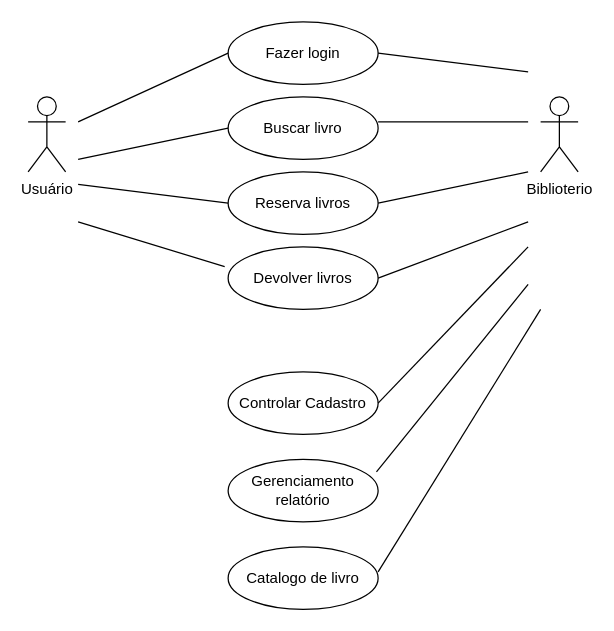
This is page "pagina4" (4 of 7) of Diagrama sem nome.drawio from helio0278/diagramasderequisitos, a draw.io file, before an edit. Source tidied: cells renumbered, new cells numbered last; positions are measured from the earlier drawing's top-left corner, leaving out a move shared by most shapes. Both pictures are drawn from the tidied source at 125%, with x=0, y=0 at pixel (28, 21).
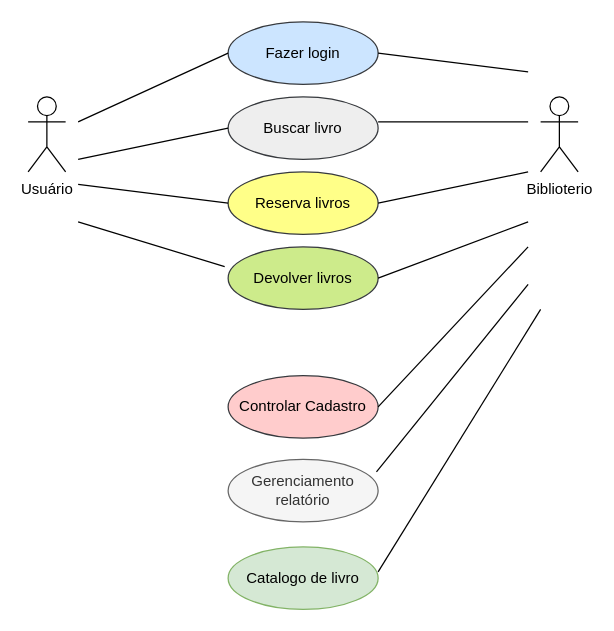
Above is the later version.

What changed in the source:
```diff
@@
-    <mxCell id="4" value="Fazer login" style="ellipse;whiteSpace=wrap;html=1;" parent="1" vertex="1">
+    <mxCell id="4" value="Fazer login" style="ellipse;whiteSpace=wrap;html=1;fillColor=#cce5ff;strokeColor=#36393d;" parent="1" vertex="1">
       <mxGeometry x="160" width="120" height="50" as="geometry" />
     </mxCell>
-    <mxCell id="5" value="Buscar livro" style="ellipse;whiteSpace=wrap;html=1;" parent="1" vertex="1">
+    <mxCell id="5" value="Buscar livro" style="ellipse;whiteSpace=wrap;html=1;fillColor=#eeeeee;strokeColor=#36393d;" parent="1" vertex="1">
       <mxGeometry x="160" y="60" width="120" height="50" as="geometry" />
     </mxCell>
-    <mxCell id="6" value="Reserva livros" style="ellipse;whiteSpace=wrap;html=1;" parent="1" vertex="1">
+    <mxCell id="6" value="Reserva livros" style="ellipse;whiteSpace=wrap;html=1;fillColor=#ffff88;strokeColor=#36393d;" parent="1" vertex="1">
       <mxGeometry x="160" y="120" width="120" height="50" as="geometry" />
     </mxCell>
-    <mxCell id="7" value="Devolver livros" style="ellipse;whiteSpace=wrap;html=1;" parent="1" vertex="1">
+    <mxCell id="7" value="Devolver livros" style="ellipse;whiteSpace=wrap;html=1;fillColor=#cdeb8b;strokeColor=#36393d;" parent="1" vertex="1">
       <mxGeometry x="160" y="180" width="120" height="50" as="geometry" />
     </mxCell>
-    <mxCell id="8" value="Controlar Cadastro" style="ellipse;whiteSpace=wrap;html=1;" parent="1" vertex="1">
-      <mxGeometry x="160" y="280" width="120" height="50" as="geometry" />
+    <mxCell id="8" value="Controlar Cadastro" style="ellipse;whiteSpace=wrap;html=1;fillColor=#ffcccc;strokeColor=#36393d;" parent="1" vertex="1">
+      <mxGeometry x="160" y="283" width="120" height="50" as="geometry" />
     </mxCell>
-    <mxCell id="9" value="Gerenciamento relatório" style="ellipse;whiteSpace=wrap;html=1;" parent="1" vertex="1">
+    <mxCell id="9" value="Gerenciamento relatório" style="ellipse;whiteSpace=wrap;html=1;fillColor=#f5f5f5;fontColor=#333333;strokeColor=#666666;" parent="1" vertex="1">
       <mxGeometry x="160" y="350" width="120" height="50" as="geometry" />
     </mxCell>
@@
-    <mxCell id="21" value="Catalogo de livro" style="ellipse;whiteSpace=wrap;html=1;" parent="1" vertex="1">
+    <mxCell id="21" value="Catalogo de livro" style="ellipse;whiteSpace=wrap;html=1;fillColor=#d5e8d4;strokeColor=#82b366;" parent="1" vertex="1">
       <mxGeometry x="160" y="420" width="120" height="50" as="geometry" />
     </mxCell>
```
